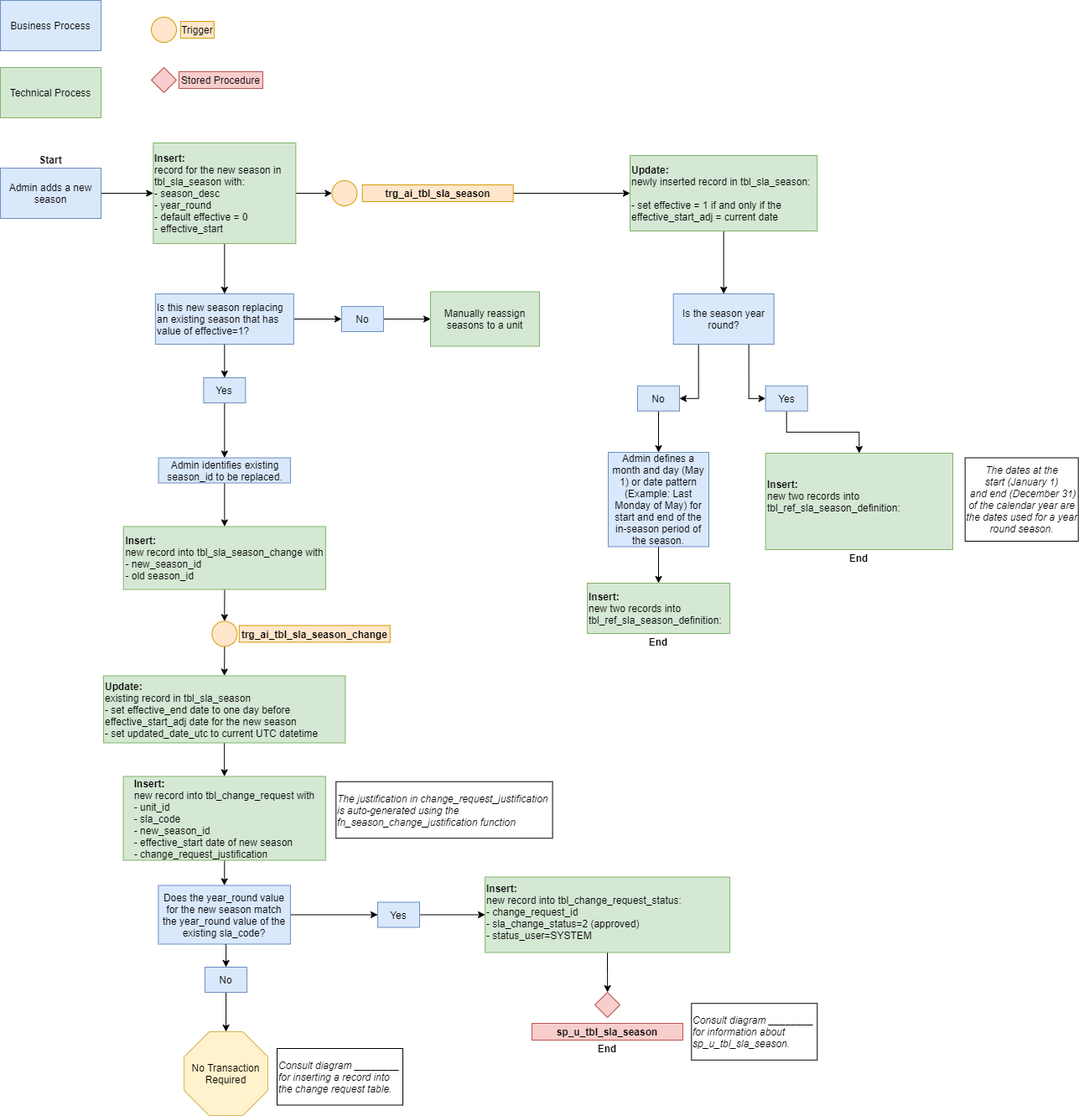
The draw.io diagram images/diagram1.png in NYC-Parks/SLADB, before a commit. Source tidied: cells renumbered, new cells last; positions are measured from the earlier drawing's top-left corner, leaving out a move shared by most shapes.
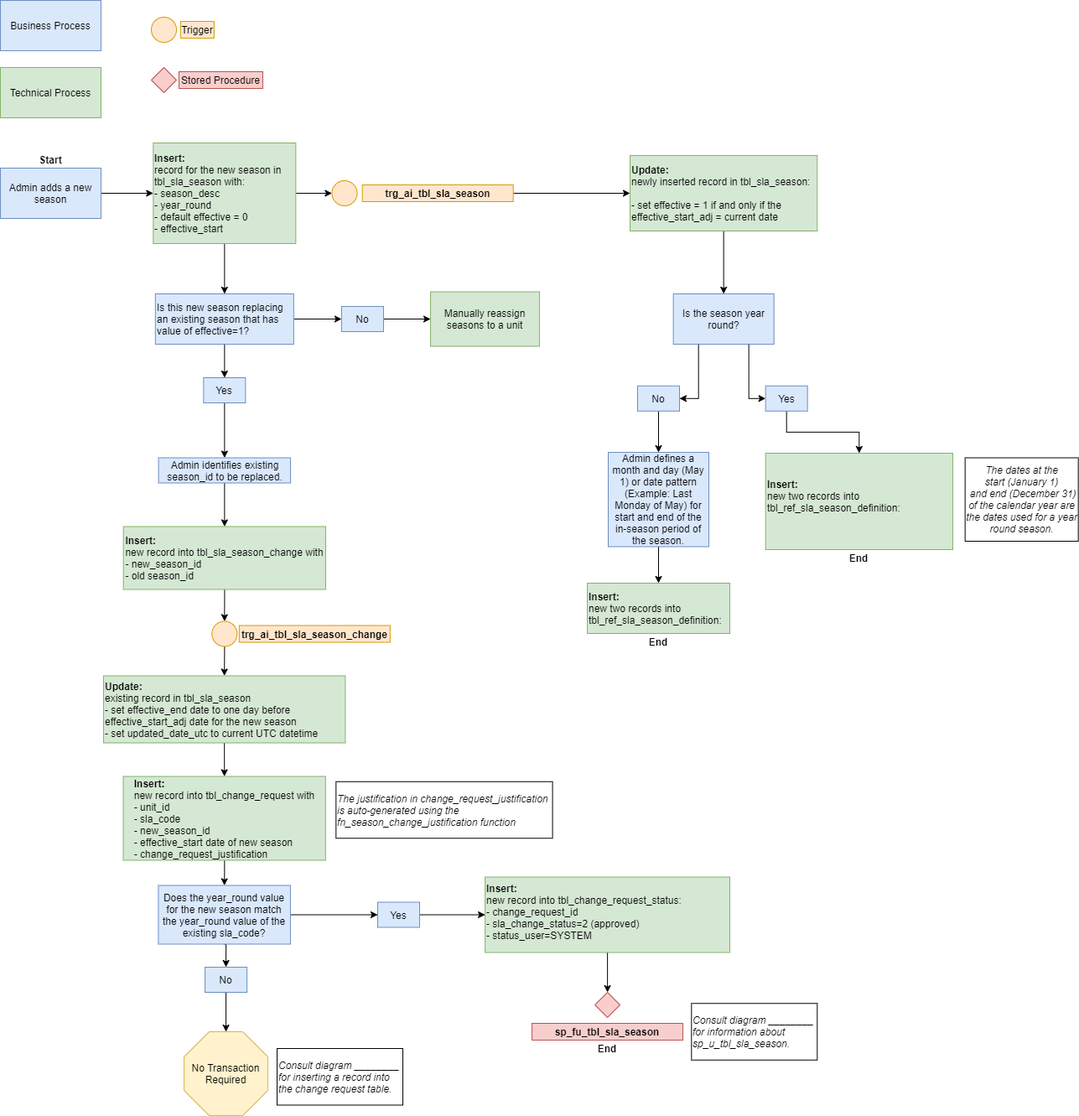
Above is the later version.

What changed in the source:
```diff
@@ -131,7 +131,7 @@
     <mxCell id="44" style="rhombus;whiteSpace=wrap;html=1;fillColor=#f8cecc;strokeColor=#b85450;" parent="1" vertex="1">
       <mxGeometry x="709.1" y="1183" width="30" height="30" as="geometry" />
     </mxCell>
-    <mxCell id="45" value="&lt;b&gt;sp_u_tbl_sla_season&lt;/b&gt;" style="text;html=1;strokeColor=#b85450;fillColor=#f8cecc;align=center;verticalAlign=middle;whiteSpace=wrap;rounded=0;" parent="1" vertex="1">
+    <mxCell id="45" value="&lt;b&gt;sp_fu_tbl_sla_season&lt;/b&gt;" style="text;html=1;strokeColor=#b85450;fillColor=#f8cecc;align=center;verticalAlign=middle;whiteSpace=wrap;rounded=0;" parent="1" vertex="1">
       <mxGeometry x="634.1" y="1220" width="180" height="20" as="geometry" />
     </mxCell>
     <mxCell id="46" value="Consult diagram ________ for information about sp_u_tbl_sla_season." style="rounded=0;whiteSpace=wrap;html=1;align=left;fontStyle=2;fillColor=none;" parent="1" vertex="1">
```
